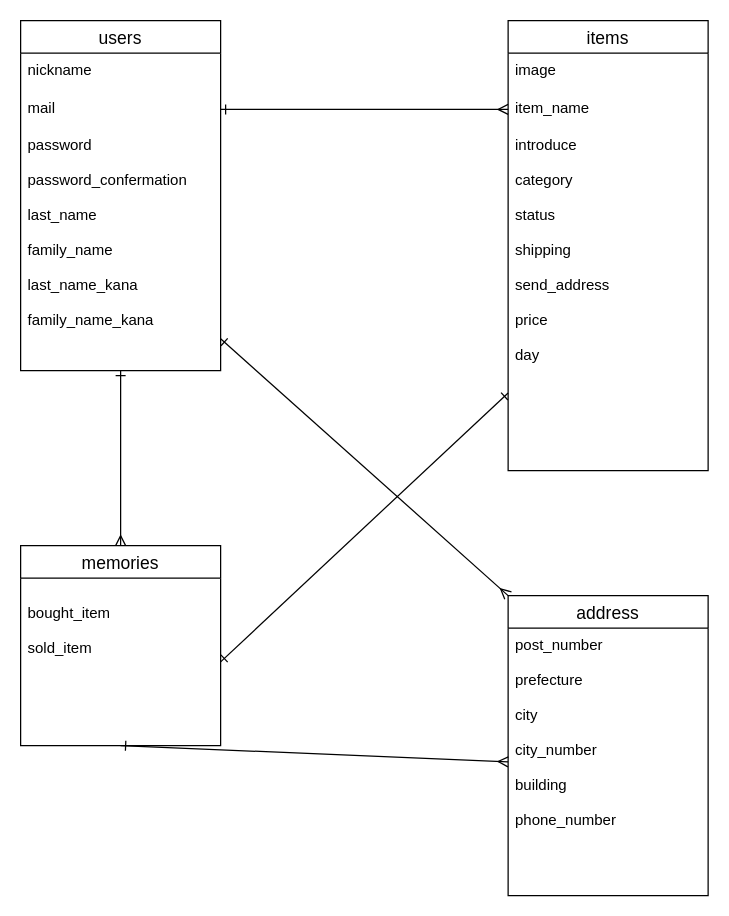
This is test.dio from ringping/furima-28119, a draw.io file, before an edit. Source tidied: cells renumbered, new cells numbered last; positions are measured from the earlier drawing's top-left corner, leaving out a move shared by most shapes. Both pictures are drawn from the tidied source at 125%, with x=0, y=0 at pixel (20, 20).
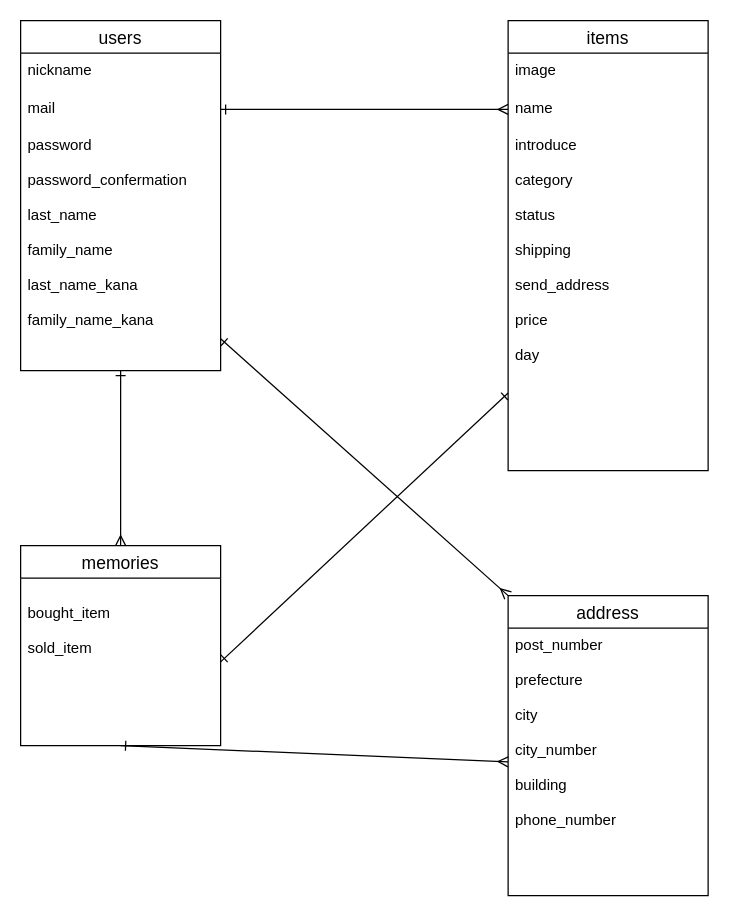
The same diagram, later.

Commit message (it also covers changes not shown here):
テーブル設計２

Unchanged cells that the change refers to:
```xml
<mxCell id="6" value="items" style="swimlane;fontStyle=0;horizontal=1;startSize=26;align=center;fontSize=14;" parent="1" vertex="1">
  <mxGeometry x="390" width="160" height="360" as="geometry" />
</mxCell>
```

Change to the diagram source:
```diff
@@
-    <mxCell id="8" value="item_name" style="text;strokeColor=none;fillColor=none;spacingLeft=4;spacingRight=4;overflow=hidden;points=[[0,0.5],[1,0.5]];portConstraint=eastwest;fontSize=12;" parent="6" vertex="1">
+    <mxCell id="8" value="name" style="text;strokeColor=none;fillColor=none;spacingLeft=4;spacingRight=4;overflow=hidden;points=[[0,0.5],[1,0.5]];portConstraint=eastwest;fontSize=12;" parent="6" vertex="1">
       <mxGeometry y="56" width="160" height="30" as="geometry" />
     </mxCell>
```
